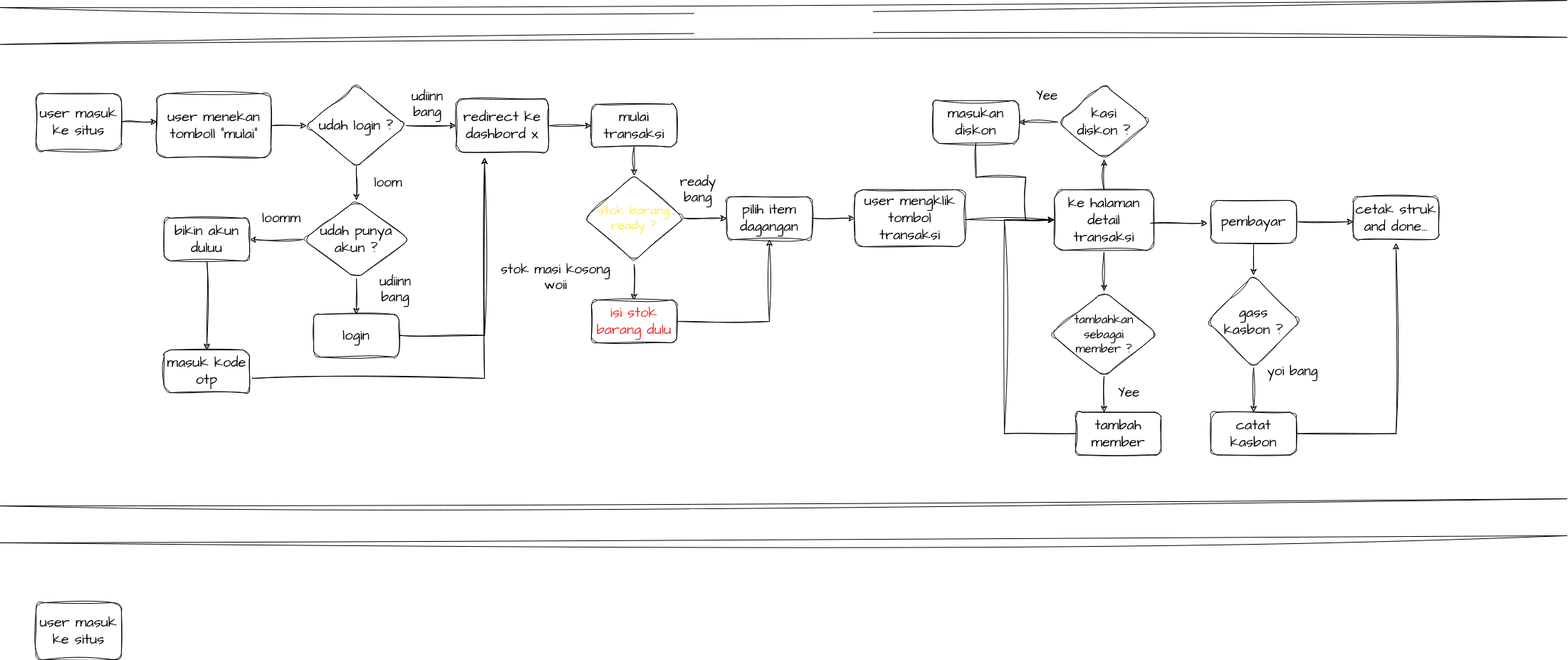
The draw.io diagram Untitled Diagram.drawio.png in Petrichor-Dev/mypos, before a commit. Source tidied: cells renumbered, new cells last; positions are measured from the earlier drawing's top-left corner, leaving out a move shared by most shapes.
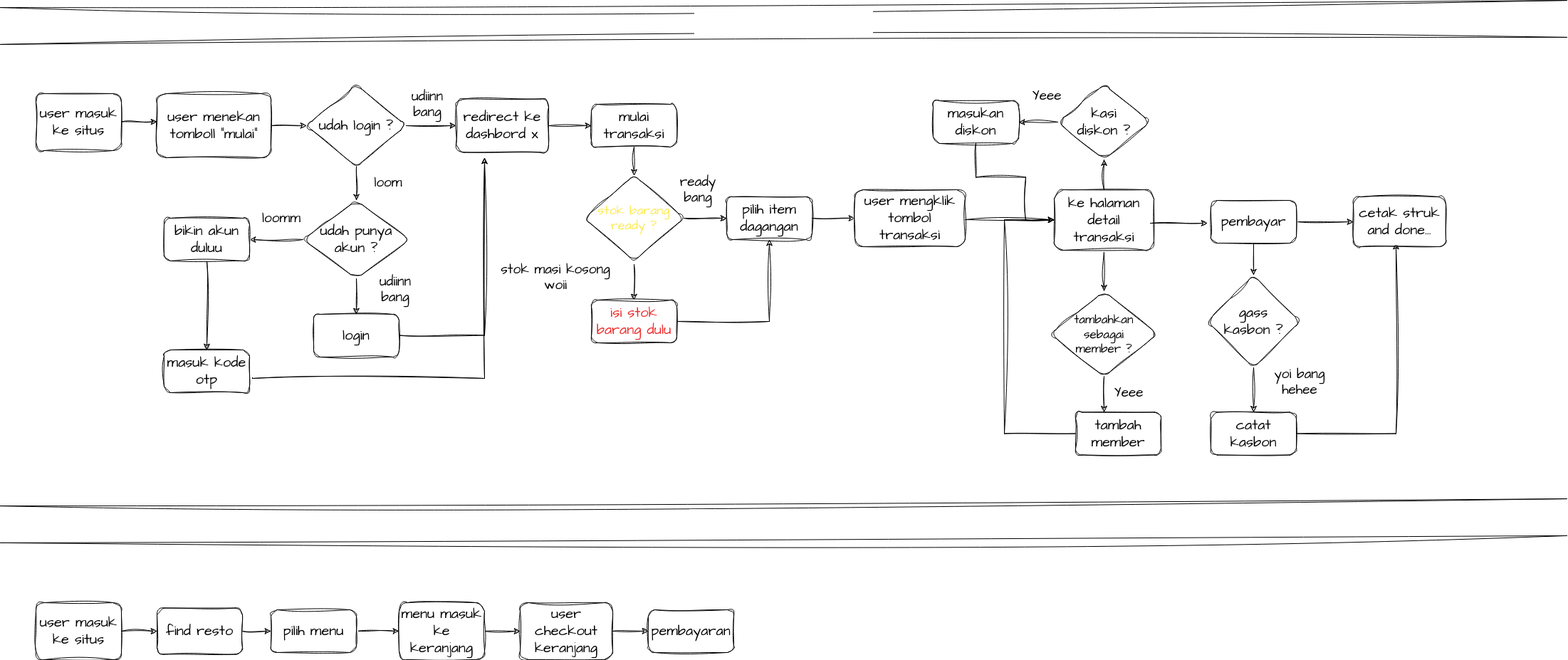
The same diagram one commit later.

Diff of the diagram source:
```diff
@@ -171,7 +171,7 @@
     <mxCell id="48" value="masukan diskon" style="rounded=1;whiteSpace=wrap;html=1;fontSize=20;fontFamily=Architects Daughter;sketch=1;curveFitting=1;jiggle=2;hachureGap=4;fontSource=https%3A%2F%2Ffonts.googleapis.com%2Fcss%3Ffamily%3DArchitects%2BDaughter;spacing=2;labelBackgroundColor=none;" parent="1" vertex="1">
       <mxGeometry x="1310" y="115" width="120" height="60" as="geometry" />
     </mxCell>
-    <mxCell id="49" value="&lt;font style=&quot;font-size: 19px;&quot;&gt;Yee&lt;/font&gt;" style="text;strokeColor=none;align=center;fillColor=none;html=1;verticalAlign=middle;whiteSpace=wrap;rounded=0;sketch=1;hachureGap=4;jiggle=2;curveFitting=1;fontFamily=Architects Daughter;fontSource=https%3A%2F%2Ffonts.googleapis.com%2Fcss%3Ffamily%3DArchitects%2BDaughter;fontSize=19;labelBackgroundColor=none;" parent="1" vertex="1">
+    <mxCell id="49" value="&lt;font style=&quot;font-size: 19px;&quot;&gt;Yeee&lt;/font&gt;" style="text;strokeColor=none;align=center;fillColor=none;html=1;verticalAlign=middle;whiteSpace=wrap;rounded=0;sketch=1;hachureGap=4;jiggle=2;curveFitting=1;fontFamily=Architects Daughter;fontSource=https%3A%2F%2Ffonts.googleapis.com%2Fcss%3Ffamily%3DArchitects%2BDaughter;fontSize=19;labelBackgroundColor=none;" parent="1" vertex="1">
       <mxGeometry x="1440" y="92.5" width="60" height="30" as="geometry" />
     </mxCell>
     <mxCell id="50" style="edgeStyle=orthogonalEdgeStyle;rounded=0;sketch=1;hachureGap=4;jiggle=2;curveFitting=1;orthogonalLoop=1;jettySize=auto;html=1;fontFamily=Architects Daughter;fontSource=https%3A%2F%2Ffonts.googleapis.com%2Fcss%3Ffamily%3DArchitects%2BDaughter;fontSize=17;fontColor=default;labelBackgroundColor=none;" parent="1" edge="1">
@@ -180,7 +180,7 @@
         <mxPoint x="1480" y="282" as="targetPoint" />
       </mxGeometry>
     </mxCell>
-    <mxCell id="51" value="&lt;font style=&quot;font-size: 19px;&quot;&gt;Yee&lt;/font&gt;" style="text;strokeColor=none;align=center;fillColor=none;html=1;verticalAlign=middle;whiteSpace=wrap;rounded=0;sketch=1;hachureGap=4;jiggle=2;curveFitting=1;fontFamily=Architects Daughter;fontSource=https%3A%2F%2Ffonts.googleapis.com%2Fcss%3Ffamily%3DArchitects%2BDaughter;fontSize=19;labelBackgroundColor=none;" parent="1" vertex="1">
+    <mxCell id="51" value="&lt;font style=&quot;font-size: 19px;&quot;&gt;Yeee&lt;/font&gt;" style="text;strokeColor=none;align=center;fillColor=none;html=1;verticalAlign=middle;whiteSpace=wrap;rounded=0;sketch=1;hachureGap=4;jiggle=2;curveFitting=1;fontFamily=Architects Daughter;fontSource=https%3A%2F%2Ffonts.googleapis.com%2Fcss%3Ffamily%3DArchitects%2BDaughter;fontSize=19;labelBackgroundColor=none;" parent="1" vertex="1">
       <mxGeometry x="1555" y="510" width="60" height="30" as="geometry" />
     </mxCell>
     <mxCell id="52" style="edgeStyle=orthogonalEdgeStyle;rounded=0;sketch=1;hachureGap=4;jiggle=2;curveFitting=1;jettySize=auto;html=1;fontFamily=Architects Daughter;fontSource=https%3A%2F%2Ffonts.googleapis.com%2Fcss%3Ffamily%3DArchitects%2BDaughter;fontSize=17;fontColor=default;labelBackgroundColor=none;exitX=0;exitY=0.5;exitDx=0;exitDy=0;" parent="1" edge="1" source="53">
@@ -210,10 +210,10 @@
       <mxGeometry x="1700" y="552.5" width="120" height="60" as="geometry" />
     </mxCell>
     <mxCell id="58" value="&lt;div&gt;cetak struk &lt;br&gt;&lt;/div&gt;&lt;div&gt;and done...&lt;br&gt;&lt;/div&gt;" style="whiteSpace=wrap;html=1;fontSize=20;fontFamily=Architects Daughter;rounded=1;sketch=1;curveFitting=1;jiggle=2;hachureGap=4;fontSource=https%3A%2F%2Ffonts.googleapis.com%2Fcss%3Ffamily%3DArchitects%2BDaughter;spacing=2;labelBackgroundColor=none;" parent="1" vertex="1">
-      <mxGeometry x="1900" y="250" width="120" height="60" as="geometry" />
+      <mxGeometry x="1900" y="250" width="130" height="70" as="geometry" />
     </mxCell>
-    <mxCell id="59" value="&lt;font style=&quot;font-size: 19px;&quot;&gt;yoi bang&lt;/font&gt;" style="text;strokeColor=none;align=center;fillColor=none;html=1;verticalAlign=middle;whiteSpace=wrap;rounded=0;sketch=1;hachureGap=4;jiggle=2;curveFitting=1;fontFamily=Architects Daughter;fontSource=https%3A%2F%2Ffonts.googleapis.com%2Fcss%3Ffamily%3DArchitects%2BDaughter;fontSize=19;labelBackgroundColor=none;" parent="1" vertex="1">
-      <mxGeometry x="1770" y="480" width="90" height="30" as="geometry" />
+    <mxCell id="59" value="&lt;font style=&quot;font-size: 19px;&quot;&gt;yoi bang&lt;/font&gt; hehee " style="text;strokeColor=none;align=center;fillColor=none;html=1;verticalAlign=middle;whiteSpace=wrap;rounded=0;sketch=1;hachureGap=4;jiggle=2;curveFitting=1;fontFamily=Architects Daughter;fontSource=https%3A%2F%2Ffonts.googleapis.com%2Fcss%3Ffamily%3DArchitects%2BDaughter;fontSize=19;labelBackgroundColor=none;" parent="1" vertex="1">
+      <mxGeometry x="1770" y="490" width="110" height="40" as="geometry" />
     </mxCell>
     <mxCell id="60" value="&lt;div&gt;user mengklik tombol transaksi&lt;br&gt;&lt;/div&gt;" style="whiteSpace=wrap;html=1;fontSize=20;fontFamily=Architects Daughter;rounded=1;sketch=1;curveFitting=1;jiggle=2;hachureGap=4;fontSource=https%3A%2F%2Ffonts.googleapis.com%2Fcss%3Ffamily%3DArchitects%2BDaughter;spacing=2;labelBackgroundColor=none;" parent="1" vertex="1">
       <mxGeometry x="1200" y="240" width="155" height="80" as="geometry" />
@@ -242,8 +242,38 @@
     <mxCell id="65" value="USER FLOW mvp 1" style="edgeLabel;html=1;align=center;verticalAlign=middle;sketch=1;hachureGap=4;jiggle=2;curveFitting=1;fontFamily=Architects Daughter;fontSource=https%3A%2F%2Ffonts.googleapis.com%2Fcss%3Ffamily%3DArchitects%2BDaughter;fontSize=29;fontColor=#ffffff;" parent="64" vertex="1">
       <mxGeometry relative="1" as="geometry" />
     </mxCell>
+    <mxCell id="67" style="edgeStyle=orthogonalEdgeStyle;rounded=0;sketch=1;hachureGap=4;jiggle=2;curveFitting=1;jettySize=auto;html=1;fontFamily=Architects Daughter;fontSource=https%3A%2F%2Ffonts.googleapis.com%2Fcss%3Ffamily%3DArchitects%2BDaughter;fontSize=16;" parent="1" edge="1" source="66" target="69">
+      <mxGeometry relative="1" as="geometry" />
+    </mxCell>
     <mxCell id="66" value="user masuk ke situs" style="whiteSpace=wrap;html=1;fontSize=20;fontFamily=Architects Daughter;rounded=1;sketch=1;curveFitting=1;jiggle=2;hachureGap=4;fontSource=https%3A%2F%2Ffonts.googleapis.com%2Fcss%3Ffamily%3DArchitects%2BDaughter;labelBackgroundColor=none;" parent="1" vertex="1">
       <mxGeometry x="50" y="820" width="120" height="80" as="geometry" />
     </mxCell>
+    <mxCell id="68" style="edgeStyle=orthogonalEdgeStyle;rounded=0;sketch=1;hachureGap=4;jiggle=2;curveFitting=1;jettySize=auto;html=1;fontFamily=Architects Daughter;fontSource=https%3A%2F%2Ffonts.googleapis.com%2Fcss%3Ffamily%3DArchitects%2BDaughter;fontSize=16;" parent="1" edge="1" source="69" target="71">
+      <mxGeometry relative="1" as="geometry" />
+    </mxCell>
+    <mxCell id="69" value="find resto" style="whiteSpace=wrap;html=1;fontSize=20;fontFamily=Architects Daughter;rounded=1;sketch=1;curveFitting=1;jiggle=2;hachureGap=4;fontSource=https%3A%2F%2Ffonts.googleapis.com%2Fcss%3Ffamily%3DArchitects%2BDaughter;labelBackgroundColor=none;" parent="1" vertex="1">
+      <mxGeometry x="220" y="827.5" width="120" height="65" as="geometry" />
+    </mxCell>
+    <mxCell id="70" style="edgeStyle=orthogonalEdgeStyle;rounded=0;sketch=1;hachureGap=4;jiggle=2;curveFitting=1;jettySize=auto;html=1;fontFamily=Architects Daughter;fontSource=https%3A%2F%2Ffonts.googleapis.com%2Fcss%3Ffamily%3DArchitects%2BDaughter;fontSize=16;" parent="1" edge="1" source="71" target="73">
+      <mxGeometry relative="1" as="geometry" />
+    </mxCell>
+    <mxCell id="71" value="pilih menu" style="whiteSpace=wrap;html=1;fontSize=20;fontFamily=Architects Daughter;rounded=1;sketch=1;curveFitting=1;jiggle=2;hachureGap=4;fontSource=https%3A%2F%2Ffonts.googleapis.com%2Fcss%3Ffamily%3DArchitects%2BDaughter;labelBackgroundColor=none;" parent="1" vertex="1">
+      <mxGeometry x="380" y="830" width="120" height="60" as="geometry" />
+    </mxCell>
+    <mxCell id="72" style="edgeStyle=orthogonalEdgeStyle;rounded=0;sketch=1;hachureGap=4;jiggle=2;curveFitting=1;jettySize=auto;html=1;fontFamily=Architects Daughter;fontSource=https%3A%2F%2Ffonts.googleapis.com%2Fcss%3Ffamily%3DArchitects%2BDaughter;fontSize=16;" parent="1" edge="1" source="73" target="75">
+      <mxGeometry relative="1" as="geometry" />
+    </mxCell>
+    <mxCell id="73" value="menu masuk ke keranjang" style="whiteSpace=wrap;html=1;fontSize=20;fontFamily=Architects Daughter;rounded=1;sketch=1;curveFitting=1;jiggle=2;hachureGap=4;fontSource=https%3A%2F%2Ffonts.googleapis.com%2Fcss%3Ffamily%3DArchitects%2BDaughter;labelBackgroundColor=none;" parent="1" vertex="1">
+      <mxGeometry x="560" y="820" width="120" height="80" as="geometry" />
+    </mxCell>
+    <mxCell id="74" style="edgeStyle=orthogonalEdgeStyle;rounded=0;sketch=1;hachureGap=4;jiggle=2;curveFitting=1;jettySize=auto;html=1;fontFamily=Architects Daughter;fontSource=https%3A%2F%2Ffonts.googleapis.com%2Fcss%3Ffamily%3DArchitects%2BDaughter;fontSize=16;" parent="1" edge="1" source="75" target="76">
+      <mxGeometry relative="1" as="geometry" />
+    </mxCell>
+    <mxCell id="75" value="user checkout keranjang" style="whiteSpace=wrap;html=1;fontSize=20;fontFamily=Architects Daughter;rounded=1;sketch=1;curveFitting=1;jiggle=2;hachureGap=4;fontSource=https%3A%2F%2Ffonts.googleapis.com%2Fcss%3Ffamily%3DArchitects%2BDaughter;labelBackgroundColor=none;" parent="1" vertex="1">
+      <mxGeometry x="730" y="820" width="130" height="80" as="geometry" />
+    </mxCell>
+    <mxCell id="76" value="pembayaran" style="whiteSpace=wrap;html=1;fontSize=20;fontFamily=Architects Daughter;rounded=1;sketch=1;curveFitting=1;jiggle=2;hachureGap=4;fontSource=https%3A%2F%2Ffonts.googleapis.com%2Fcss%3Ffamily%3DArchitects%2BDaughter;labelBackgroundColor=none;" parent="1" vertex="1">
+      <mxGeometry x="910" y="830" width="120" height="60" as="geometry" />
+    </mxCell>
   </root>
 </mxGraphModel>
```
